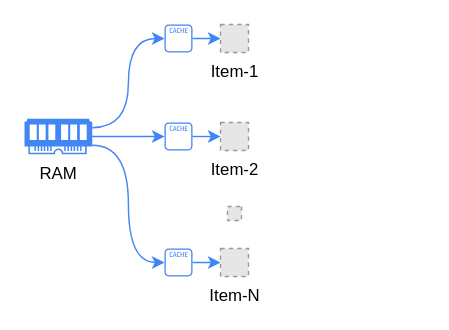
foreignbill/drawio keeps this draw.io diagram as 存算一体.drawio. Above is the earlier version. Source tidied: cells renumbered, new cells numbered last; positions are measured from the earlier drawing's top-left corner, leaving out a move shared by most shapes. Both pictures are drawn from the tidied source at 140%, with x=0, y=0 at pixel (24, 24). Pictures stored in the file or linked from it are replaced by grey dashed boxes.
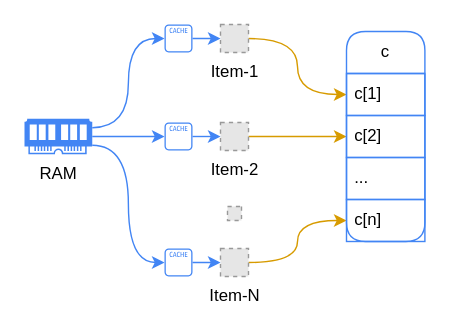
The same diagram, later.

Commit message (it also covers changes not shown here):
更新存算一体.drawio

Unchanged cells that the change refers to:
```xml
<mxCell id="2" value="Item-1" style="fillColor=#E6E6E6;strokeColor=#999999;dashed=1;html=1;verticalLabelPosition=bottom;labelBackgroundColor=#ffffff;verticalAlign=top;" parent="1" vertex="1">
  <mxGeometry x="140" width="20" height="20" as="geometry" />
</mxCell>
<mxCell id="3" value="Item-2" style="fillColor=#E6E6E6;strokeColor=#999999;dashed=1;html=1;verticalLabelPosition=bottom;labelBackgroundColor=#ffffff;verticalAlign=top;" parent="1" vertex="1">
  <mxGeometry x="140" y="70" width="20" height="20" as="geometry" />
</mxCell>
<mxCell id="4" value="Item-N" style="fillColor=#E6E6E6;strokeColor=#999999;dashed=1;html=1;verticalLabelPosition=bottom;labelBackgroundColor=#ffffff;verticalAlign=top;" parent="1" vertex="1">
  <mxGeometry x="140" y="160" width="20" height="20" as="geometry" />
</mxCell>
```

Change to the diagram source:
```diff
@@
+    <mxCell id="16" style="edgeStyle=orthogonalEdgeStyle;rounded=0;jettySize=auto;html=1;exitX=1;exitY=0.5;exitDx=0;exitDy=0;entryX=0;entryY=0.5;entryDx=0;entryDy=0;fillColor=#ffe6cc;strokeColor=#d79b00;curved=1;" parent="1" edge="1" source="2" target="20">
+      <mxGeometry relative="1" as="geometry" />
+    </mxCell>
@@
+    <mxCell id="17" style="edgeStyle=orthogonalEdgeStyle;rounded=0;jettySize=auto;html=1;exitX=1;exitY=0.5;exitDx=0;exitDy=0;entryX=0;entryY=0.5;entryDx=0;entryDy=0;fillColor=#ffe6cc;strokeColor=#d79b00;curved=1;" parent="1" edge="1" source="3" target="21">
+      <mxGeometry relative="1" as="geometry" />
+    </mxCell>
@@
+    <mxCell id="18" style="edgeStyle=orthogonalEdgeStyle;rounded=0;jettySize=auto;html=1;exitX=1;exitY=0.5;exitDx=0;exitDy=0;entryX=0;entryY=0.5;entryDx=0;entryDy=0;curved=1;strokeColor=#d79b00;fillColor=#ffe6cc;" parent="1" edge="1" source="4" target="23">
+      <mxGeometry relative="1" as="geometry" />
+    </mxCell>
@@
+    <mxCell id="19" value="c" style="swimlane;fontStyle=0;horizontal=1;startSize=30;whiteSpace=wrap;html=1;strokeColor=#4285F4;rounded=1;" parent="1" vertex="1">
+      <mxGeometry x="230" y="5" width="56" height="150" as="geometry" />
+    </mxCell>
+    <mxCell id="20" value="c[1]" style="text;align=left;verticalAlign=middle;spacingLeft=4;spacingRight=4;overflow=hidden;points=[[0,0.5],[1,0.5]];portConstraint=eastwest;whiteSpace=wrap;html=1;strokeColor=#4285F4;" parent="19" vertex="1">
+      <mxGeometry y="30" width="56" height="30" as="geometry" />
+    </mxCell>
+    <mxCell id="21" value="c[2]" style="text;align=left;verticalAlign=middle;spacingLeft=4;spacingRight=4;overflow=hidden;points=[[0,0.5],[1,0.5]];portConstraint=eastwest;whiteSpace=wrap;html=1;strokeColor=#4285F4;" parent="19" vertex="1">
+      <mxGeometry y="60" width="56" height="30" as="geometry" />
+    </mxCell>
+    <mxCell id="22" value="..." style="text;align=left;verticalAlign=middle;spacingLeft=4;spacingRight=4;overflow=hidden;whiteSpace=wrap;html=1;strokeColor=#4285F4;" parent="19" vertex="1">
+      <mxGeometry y="90" width="56" height="30" as="geometry" />
+    </mxCell>
+    <mxCell id="23" value="c[n]" style="text;align=left;verticalAlign=middle;spacingLeft=4;spacingRight=4;overflow=hidden;points=[[0,0.5],[1,0.5]];portConstraint=eastwest;whiteSpace=wrap;html=1;strokeColor=#4285F4;" parent="19" vertex="1">
+      <mxGeometry y="120" width="56" height="30" as="geometry" />
+    </mxCell>
```
